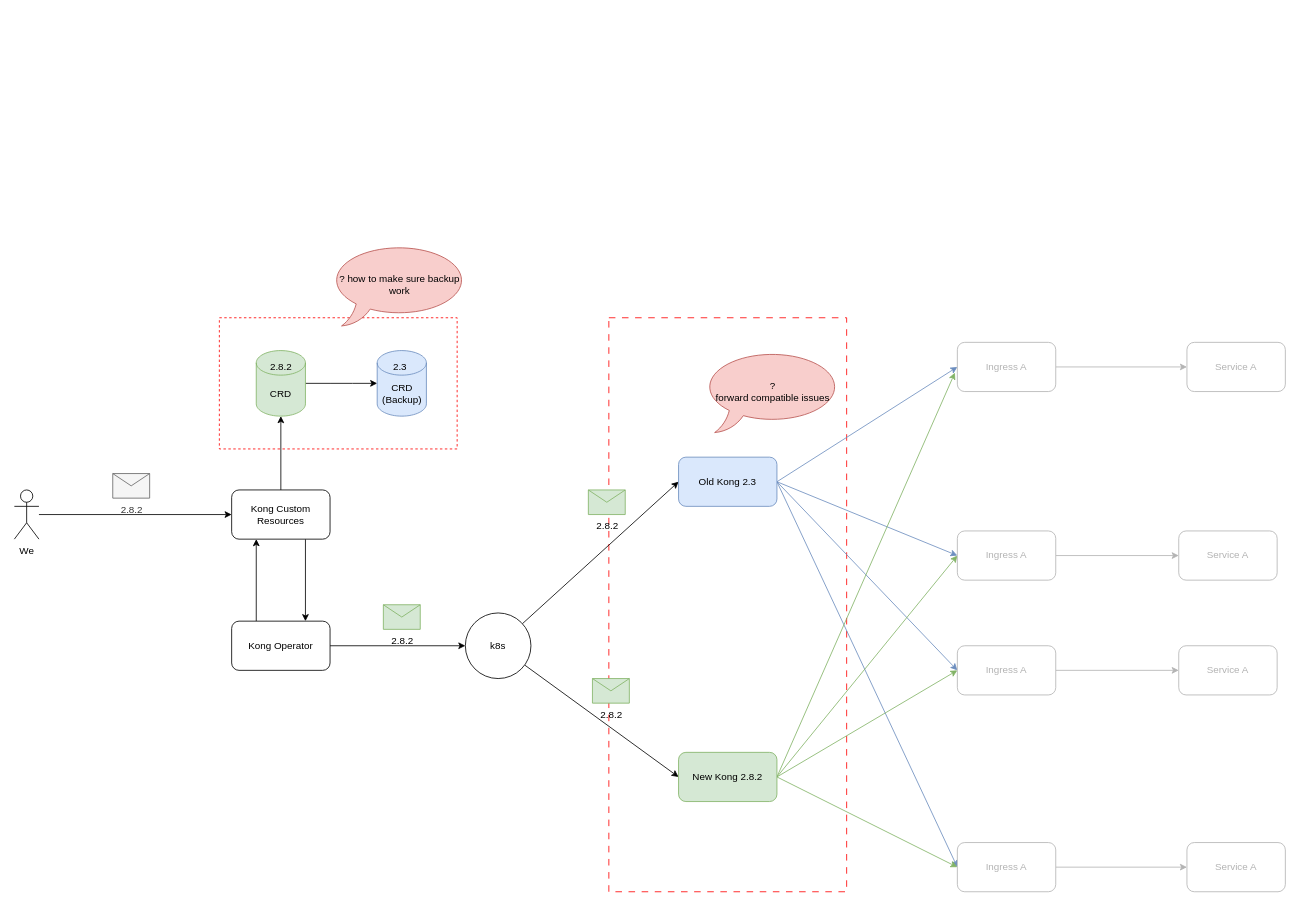
The draw.io diagram kong_crd.drawio in jiangtao7/draw.io, before the edit. Source tidied: cells renumbered, new cells numbered last; positions are measured from the earlier drawing's top-left corner, leaving out a move shared by most shapes. Both pictures are drawn from the tidied source at 82%, with x=0, y=0 at pixel (14, 244).
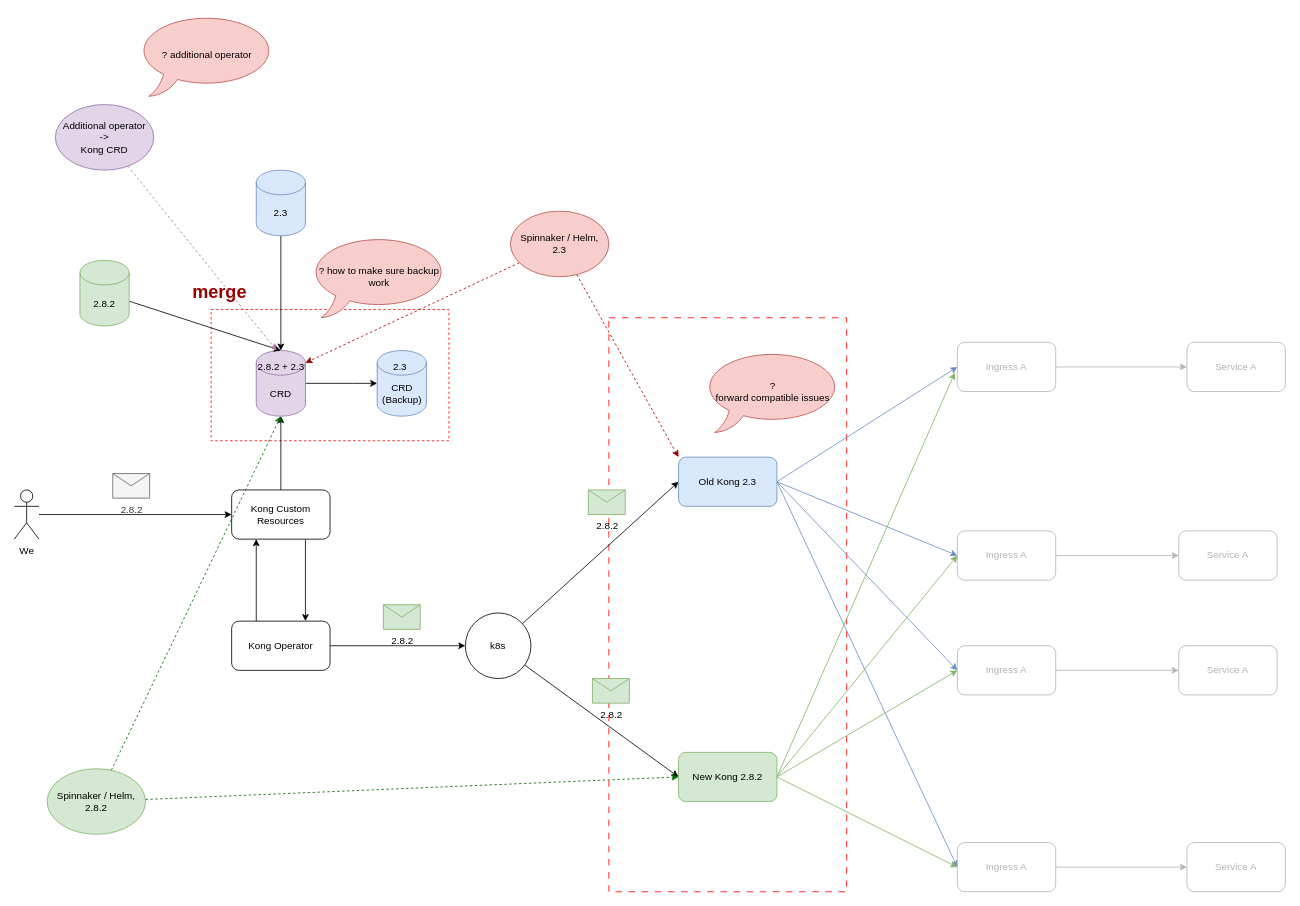
After the change.

Unchanged cells that the change refers to:
```xml
<mxCell id="17" value="Old Kong 2.3" style="rounded=1;whiteSpace=wrap;html=1;fillColor=#dae8fc;strokeColor=#6c8ebf;" parent="1" vertex="1">
  <mxGeometry x="810" y="260" width="120" height="60" as="geometry" />
</mxCell>
<mxCell id="22" value="New Kong 2.8.2" style="rounded=1;whiteSpace=wrap;html=1;fillColor=#d5e8d4;strokeColor=#82b366;" parent="1" vertex="1">
  <mxGeometry x="810" y="620" width="120" height="60" as="geometry" />
</mxCell>
```

The edit, as a diff of the source:
```diff
@@
     <mxCell id="3" style="rounded=0;whiteSpace=wrap;html=1;dashed=1;strokeColor=#FF0000;" parent="1" vertex="1">
-      <mxGeometry x="250" y="90" width="290" height="160" as="geometry" />
+      <mxGeometry x="240" y="80" width="290" height="160" as="geometry" />
     </mxCell>
@@
-    <mxCell id="43" value="CRD" style="shape=cylinder3;whiteSpace=wrap;html=1;boundedLbl=1;backgroundOutline=1;size=15;fillColor=#d5e8d4;strokeColor=#82b366;" parent="1" vertex="1">
+    <mxCell id="43" value="CRD" style="shape=cylinder3;whiteSpace=wrap;html=1;boundedLbl=1;backgroundOutline=1;size=15;fillColor=#e1d5e7;strokeColor=#9673a6;" parent="1" vertex="1">
       <mxGeometry x="295" y="130" width="60" height="80" as="geometry" />
     </mxCell>
@@
-    <mxCell id="45" value="2.8.2" style="text;html=1;align=center;verticalAlign=middle;strokeColor=none;fillColor=none;" parent="1" vertex="1">
-      <mxGeometry x="300" y="135" width="50" height="30" as="geometry" />
+    <mxCell id="45" value="2.8.2 + 2.3" style="text;html=1;align=center;verticalAlign=middle;strokeColor=none;fillColor=none;" parent="1" vertex="1">
+      <mxGeometry x="285" y="135" width="80" height="30" as="geometry" />
     </mxCell>
@@
     <mxCell id="47" value="? how to make sure backup work" style="whiteSpace=wrap;html=1;shape=mxgraph.basic.oval_callout;fillColor=#f8cecc;strokeColor=#b85450;" parent="1" vertex="1">
-      <mxGeometry x="385" width="170" height="100" as="geometry" />
+      <mxGeometry x="360" y="-10" width="170" height="100" as="geometry" />
     </mxCell>
@@
+    <mxCell id="49" style="edgeStyle=none;rounded=0;jettySize=auto;html=1;entryX=1;entryY=0;entryDx=0;entryDy=15;dashed=1;strokeColor=#990000;entryPerimeter=0;" parent="1" edge="1" source="51" target="43">
+      <mxGeometry relative="1" as="geometry" />
+    </mxCell>
+    <mxCell id="50" style="edgeStyle=none;rounded=0;jettySize=auto;html=1;entryX=0;entryY=0;entryDx=0;entryDy=0;dashed=1;strokeColor=#990000;" parent="1" edge="1" source="51" target="17">
+      <mxGeometry relative="1" as="geometry" />
+    </mxCell>
+    <mxCell id="51" value="Spinnaker / Helm, &lt;br&gt;2.3" style="ellipse;whiteSpace=wrap;html=1;fillColor=#f8cecc;strokeColor=#b85450;" parent="1" vertex="1">
+      <mxGeometry x="605" y="-40" width="120" height="80" as="geometry" />
+    </mxCell>
+    <mxCell id="52" style="edgeStyle=none;rounded=0;jettySize=auto;html=1;entryX=0.5;entryY=1;entryDx=0;entryDy=0;dashed=1;strokeColor=#006600;entryPerimeter=0;" parent="1" edge="1" source="54" target="43">
+      <mxGeometry relative="1" as="geometry" />
+    </mxCell>
+    <mxCell id="53" style="edgeStyle=none;rounded=0;jettySize=auto;html=1;entryX=0;entryY=0.5;entryDx=0;entryDy=0;dashed=1;strokeColor=#006600;" parent="1" edge="1" source="54" target="22">
+      <mxGeometry relative="1" as="geometry" />
+    </mxCell>
+    <mxCell id="54" value="Spinnaker / Helm, &lt;br&gt;2.8.2" style="ellipse;whiteSpace=wrap;html=1;fillColor=#d5e8d4;strokeColor=#82b366;" parent="1" vertex="1">
+      <mxGeometry x="40" y="640" width="120" height="80" as="geometry" />
+    </mxCell>
+    <mxCell id="55" style="edgeStyle=none;rounded=0;jettySize=auto;html=1;entryX=0.5;entryY=0;entryDx=0;entryDy=0;entryPerimeter=0;" parent="1" edge="1" source="56" target="43">
+      <mxGeometry relative="1" as="geometry" />
+    </mxCell>
+    <mxCell id="56" value="2.8.2" style="shape=cylinder3;whiteSpace=wrap;html=1;boundedLbl=1;backgroundOutline=1;size=15;fillColor=#d5e8d4;strokeColor=#82b366;" parent="1" vertex="1">
+      <mxGeometry x="80" y="20" width="60" height="80" as="geometry" />
+    </mxCell>
+    <mxCell id="57" style="edgeStyle=none;rounded=0;jettySize=auto;html=1;" parent="1" edge="1" source="58">
+      <mxGeometry relative="1" as="geometry">
+        <mxPoint x="325" y="130" as="targetPoint" />
+      </mxGeometry>
+    </mxCell>
+    <mxCell id="58" value="2.3" style="shape=cylinder3;whiteSpace=wrap;html=1;boundedLbl=1;backgroundOutline=1;size=15;fillColor=#dae8fc;strokeColor=#6c8ebf;" parent="1" vertex="1">
+      <mxGeometry x="295" y="-90" width="60" height="80" as="geometry" />
+    </mxCell>
+    <mxCell id="59" value="merge" style="text;html=1;align=center;verticalAlign=middle;strokeColor=none;fillColor=none;fontStyle=1;fontColor=#990000;fontSize=22;" parent="1" vertex="1">
+      <mxGeometry x="205" y="40" width="90" height="40" as="geometry" />
+    </mxCell>
+    <mxCell id="60" style="edgeStyle=none;rounded=0;jettySize=auto;html=1;dashed=1;strokeColor=#B5739D;" parent="1" edge="1" source="61">
+      <mxGeometry relative="1" as="geometry">
+        <mxPoint x="320" y="130" as="targetPoint" />
+      </mxGeometry>
+    </mxCell>
+    <mxCell id="61" value="Additional operator &lt;br&gt;-&amp;gt; &lt;br&gt;Kong CRD" style="ellipse;whiteSpace=wrap;html=1;fillColor=#e1d5e7;strokeColor=#9673a6;" parent="1" vertex="1">
+      <mxGeometry x="50" y="-170" width="120" height="80" as="geometry" />
+    </mxCell>
+    <mxCell id="62" value="? additional operator" style="whiteSpace=wrap;html=1;shape=mxgraph.basic.oval_callout;fillColor=#f8cecc;strokeColor=#b85450;" parent="1" vertex="1">
+      <mxGeometry x="150" y="-280" width="170" height="100" as="geometry" />
+    </mxCell>
```
